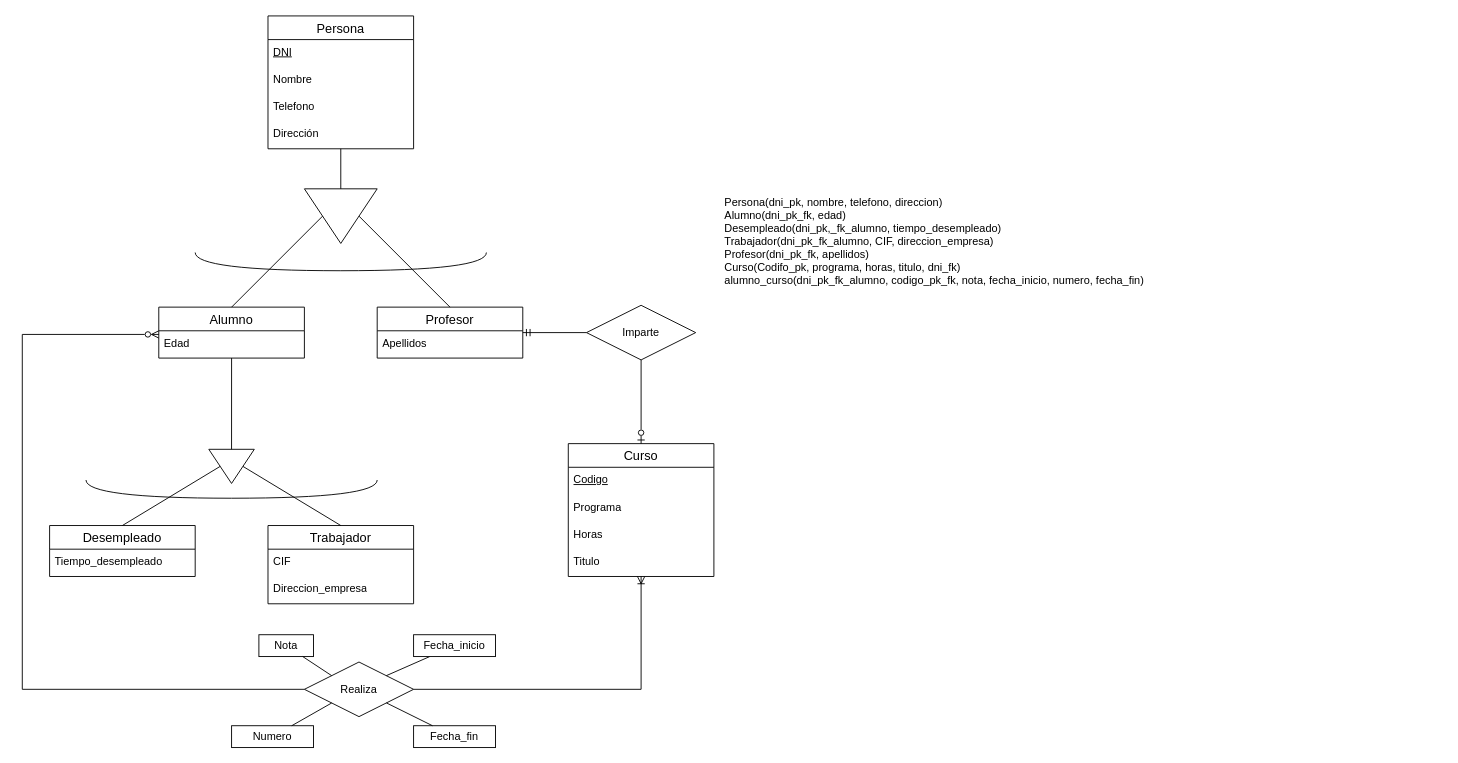
AlejandroCara/acr-tsys-modeloER-drawio-1110 keeps this draw.io diagram as TA12Ej2.drawio. Above is the earlier version. Source tidied: cells renumbered, new cells numbered last; positions are measured from the earlier drawing's top-left corner, leaving out a move shared by most shapes. Both pictures are drawn from the tidied source at 91%, with x=0, y=0 at pixel (22, 15).
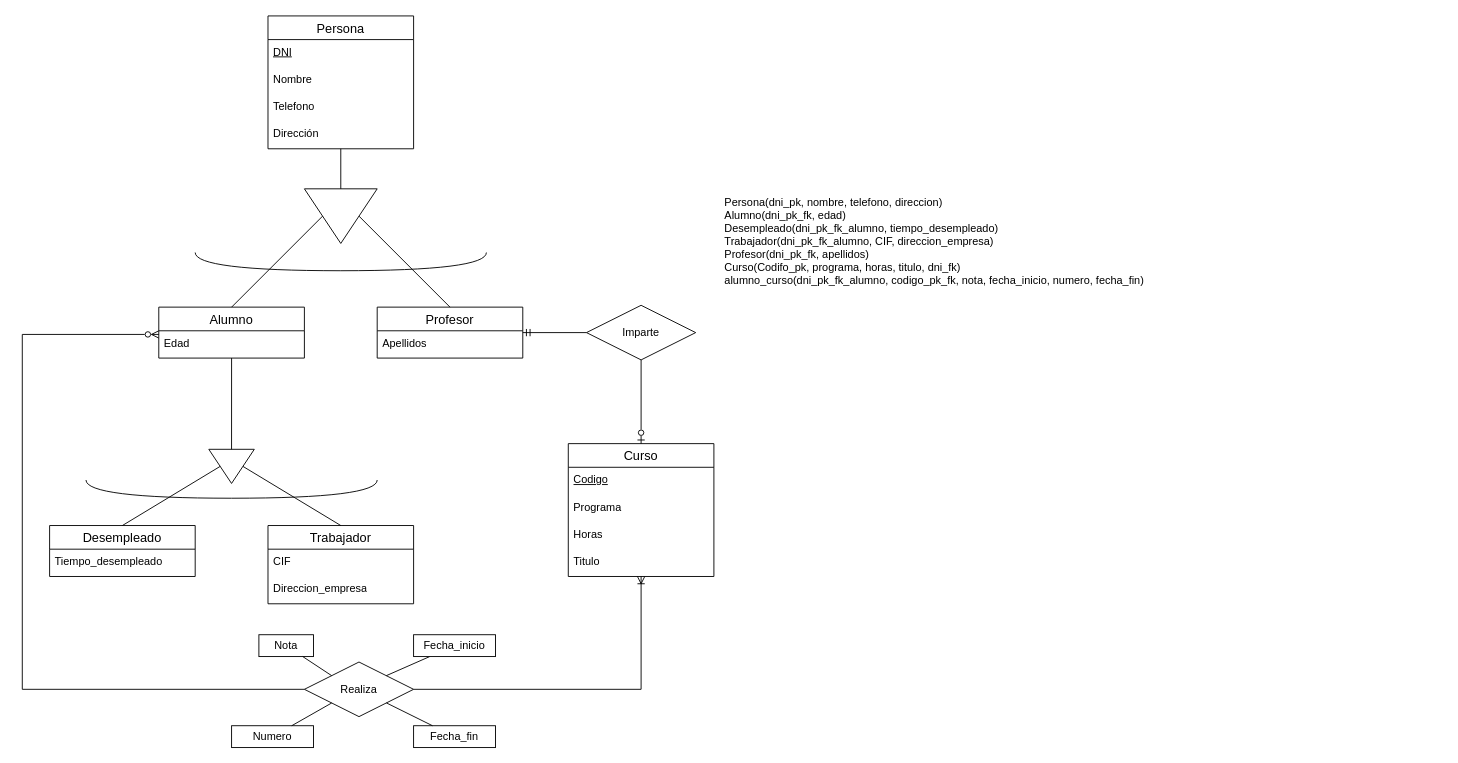
The same diagram, later.

Change to the diagram source:
```diff
@@
-    <mxCell id="45" value="Persona(dni_pk, nombre, telefono, direccion)&lt;br&gt;Alumno(dni_pk_fk, edad)&lt;br&gt;Desempleado(dni_pk,_fk_alumno, tiempo_desempleado)&lt;br&gt;Trabajador(dni_pk_fk_alumno, CIF, direccion_empresa)&lt;br&gt;Profesor(dni_pk_fk, apellidos)&lt;br&gt;Curso(Codifo_pk, programa, horas, titulo, dni_fk)&lt;br&gt;alumno_curso(dni_pk_fk_alumno, codigo_pk_fk, nota, fecha_inicio, numero, fecha_fin)" style="text;html=1;strokeColor=none;fillColor=none;align=left;verticalAlign=middle;whiteSpace=wrap;rounded=0;" parent="1" vertex="1">
+    <mxCell id="45" value="Persona(dni_pk, nombre, telefono, direccion)&lt;br&gt;Alumno(dni_pk_fk, edad)&lt;br&gt;Desempleado(dni_pk_fk_alumno, tiempo_desempleado)&lt;br&gt;Trabajador(dni_pk_fk_alumno, CIF, direccion_empresa)&lt;br&gt;Profesor(dni_pk_fk, apellidos)&lt;br&gt;Curso(Codifo_pk, programa, horas, titulo, dni_fk)&lt;br&gt;alumno_curso(dni_pk_fk_alumno, codigo_pk_fk, nota, fecha_inicio, numero, fecha_fin)" style="text;html=1;strokeColor=none;fillColor=none;align=left;verticalAlign=middle;whiteSpace=wrap;rounded=0;" parent="1" vertex="1">
       <mxGeometry x="770" y="26" width="790" height="444" as="geometry" />
     </mxCell>
```
